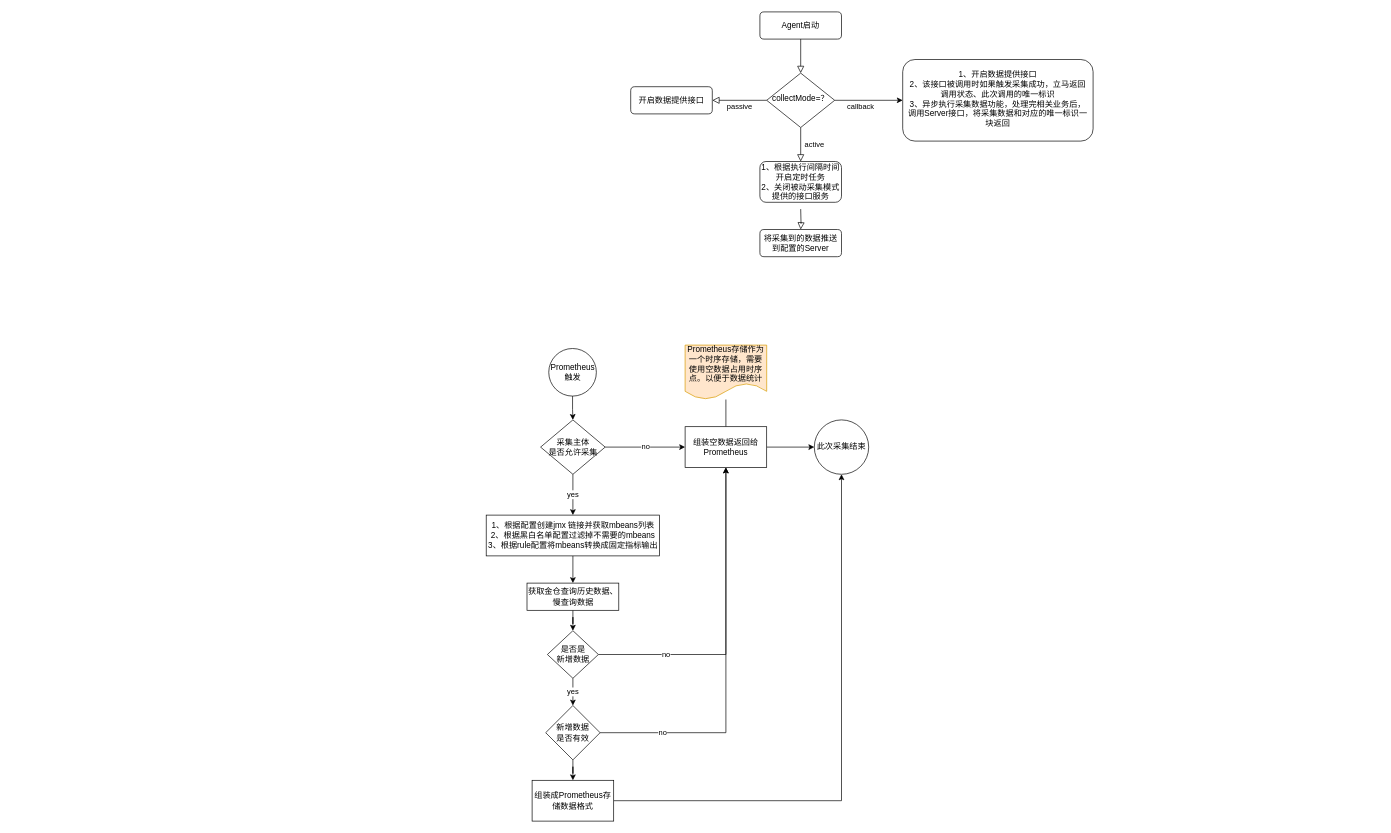
Earlier version of the draw.io diagram 未命名绘图.drawio (BullLife/daw.io). Source tidied: cells renumbered, new cells numbered last; positions are measured from the earlier drawing's top-left corner, leaving out a move shared by most shapes. Both pictures are drawn from the tidied source at 68%, with x=0, y=0 at pixel (486, 12).
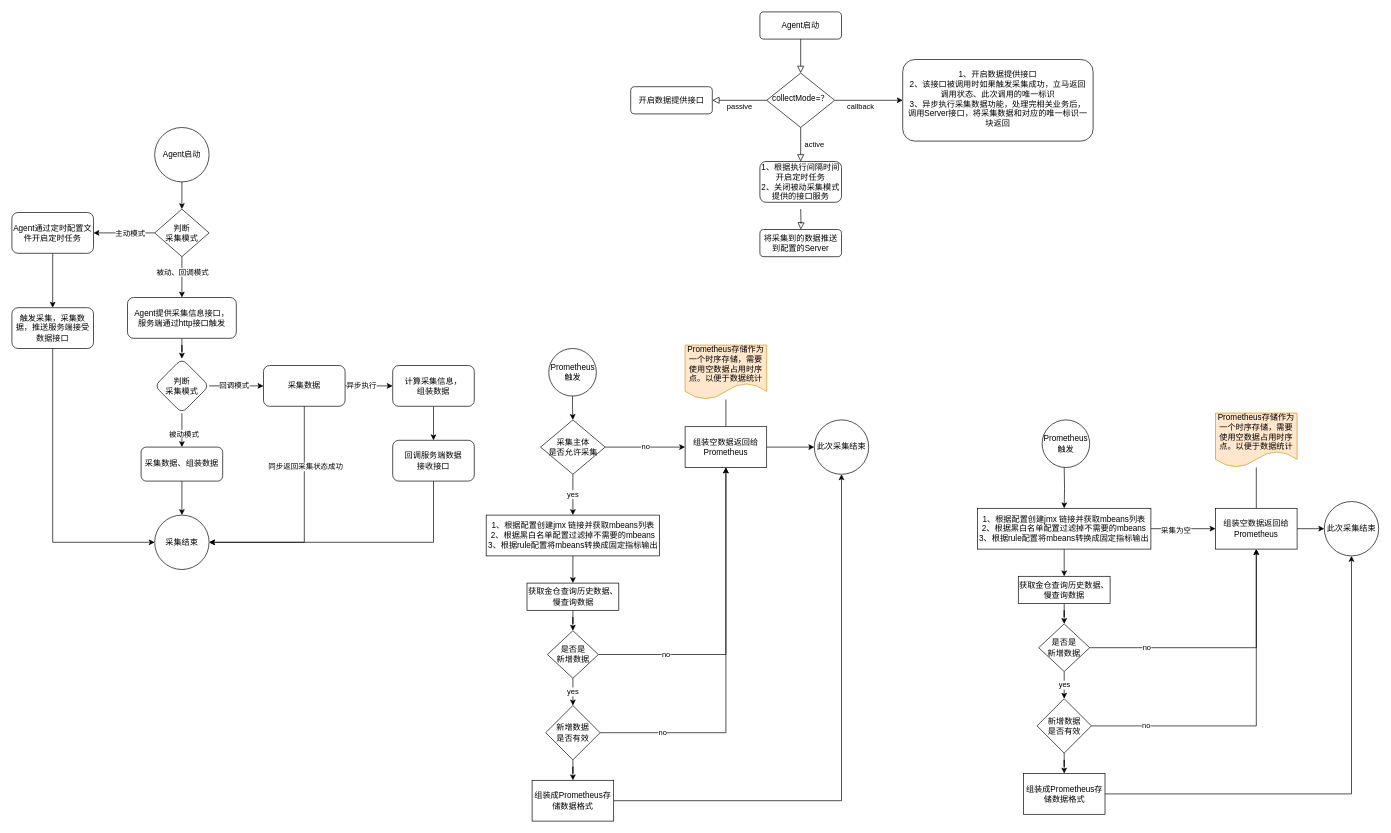
The same diagram, later.

Commit message:
更新未命名绘图.drawio

Diff of the diagram source:
```diff
@@
+    <mxCell id="37" value="Prometheus&lt;br&gt;触发" style="ellipse;whiteSpace=wrap;html=1;" parent="1" vertex="1">
+      <mxGeometry x="817" y="600" width="70" height="70" as="geometry" />
+    </mxCell>
+    <mxCell id="38" style="edgeStyle=orthogonalEdgeStyle;rounded=0;jettySize=auto;html=1;" parent="1" edge="1" target="47">
+      <mxGeometry relative="1" as="geometry">
+        <mxPoint x="849.5" y="670" as="sourcePoint" />
+      </mxGeometry>
+    </mxCell>
+    <mxCell id="39" style="edgeStyle=orthogonalEdgeStyle;rounded=0;jettySize=auto;html=1;endArrow=none;endFill=0;" parent="1" edge="1" source="41" target="42">
+      <mxGeometry relative="1" as="geometry" />
+    </mxCell>
+    <mxCell id="40" style="edgeStyle=orthogonalEdgeStyle;rounded=0;jettySize=auto;html=1;" parent="1" edge="1" source="41" target="43">
+      <mxGeometry relative="1" as="geometry" />
+    </mxCell>
+    <mxCell id="41" value="组装空数据返回给Prometheus" style="whiteSpace=wrap;html=1;" parent="1" vertex="1">
+      <mxGeometry x="1072" y="730" width="120" height="60" as="geometry" />
+    </mxCell>
+    <mxCell id="42" value="Prometheus存储作为一个时序存储，需要使用空数据占用时序点。以便于数据统计" style="shape=document;whiteSpace=wrap;html=1;boundedLbl=1;fillColor=#ffe6cc;strokeColor=#d79b00;" parent="1" vertex="1">
+      <mxGeometry x="1072" y="590" width="120" height="80" as="geometry" />
+    </mxCell>
+    <mxCell id="43" value="此次采集结束" style="ellipse;whiteSpace=wrap;html=1;" parent="1" vertex="1">
+      <mxGeometry x="1232" y="720" width="80" height="80" as="geometry" />
+    </mxCell>
+    <mxCell id="44" style="edgeStyle=orthogonalEdgeStyle;rounded=0;jettySize=auto;html=1;" parent="1" edge="1" source="47" target="49">
+      <mxGeometry relative="1" as="geometry" />
+    </mxCell>
+    <mxCell id="45" style="edgeStyle=orthogonalEdgeStyle;rounded=0;jettySize=auto;html=1;" parent="1" edge="1" source="47" target="41">
+      <mxGeometry relative="1" as="geometry" />
+    </mxCell>
+    <mxCell id="46" value="采集为空" style="edgeLabel;html=1;align=center;verticalAlign=middle;" parent="45" vertex="1">
+      <mxGeometry x="-0.24" y="-2" relative="1" as="geometry" />
+    </mxCell>
+    <mxCell id="47" value="1、根据配置创建jmx 链接并获取mbeans列表&lt;br&gt;2、根据黑白名单配置过滤掉不需要的mbeans&lt;br&gt;3、根据rule配置将mbeans转换成固定指标输出" style="whiteSpace=wrap;html=1;" parent="1" vertex="1">
+      <mxGeometry x="722" y="730" width="255" height="60" as="geometry" />
+    </mxCell>
+    <mxCell id="48" style="edgeStyle=orthogonalEdgeStyle;rounded=0;jettySize=auto;html=1;" parent="1" edge="1" source="49" target="52">
+      <mxGeometry relative="1" as="geometry" />
+    </mxCell>
+    <mxCell id="49" value="获取金仓查询历史数据、&lt;br&gt;慢查询数据" style="whiteSpace=wrap;html=1;" parent="1" vertex="1">
+      <mxGeometry x="782" y="830" width="135" height="40" as="geometry" />
+    </mxCell>
+    <mxCell id="50" value="no" style="edgeStyle=orthogonalEdgeStyle;rounded=0;jettySize=auto;html=1;entryX=0.5;entryY=1;entryDx=0;entryDy=0;" parent="1" edge="1" source="52" target="41">
+      <mxGeometry x="-0.57" relative="1" as="geometry" />
+    </mxCell>
+    <mxCell id="51" value="yes&lt;br&gt;" style="edgeStyle=orthogonalEdgeStyle;rounded=0;jettySize=auto;html=1;" parent="1" edge="1" source="52" target="55">
+      <mxGeometry relative="1" as="geometry" />
+    </mxCell>
+    <mxCell id="52" value="是否是&lt;br&gt;新增数据" style="rhombus;whiteSpace=wrap;html=1;" parent="1" vertex="1">
+      <mxGeometry x="812" y="900" width="75" height="70" as="geometry" />
+    </mxCell>
+    <mxCell id="53" value="no" style="edgeStyle=orthogonalEdgeStyle;rounded=0;jettySize=auto;html=1;" parent="1" edge="1" source="55" target="41">
+      <mxGeometry x="-0.68" relative="1" as="geometry" />
+    </mxCell>
+    <mxCell id="54" style="edgeStyle=orthogonalEdgeStyle;rounded=0;jettySize=auto;html=1;" parent="1" edge="1" source="55" target="57">
+      <mxGeometry relative="1" as="geometry" />
+    </mxCell>
+    <mxCell id="55" value="新增数据&lt;br&gt;是否有效" style="rhombus;whiteSpace=wrap;html=1;" parent="1" vertex="1">
+      <mxGeometry x="809.5" y="1010" width="80" height="80" as="geometry" />
+    </mxCell>
+    <mxCell id="56" style="edgeStyle=orthogonalEdgeStyle;rounded=0;jettySize=auto;html=1;entryX=0.5;entryY=1;entryDx=0;entryDy=0;" parent="1" edge="1" source="57" target="43">
+      <mxGeometry relative="1" as="geometry" />
+    </mxCell>
+    <mxCell id="57" value="组装成Prometheus存储数据格式" style="whiteSpace=wrap;html=1;" parent="1" vertex="1">
+      <mxGeometry x="789.5" y="1120" width="120" height="60" as="geometry" />
+    </mxCell>
+    <mxCell id="58" style="edgeStyle=orthogonalEdgeStyle;rounded=0;jettySize=auto;html=1;" parent="1" edge="1" source="59" target="64">
+      <mxGeometry relative="1" as="geometry" />
+    </mxCell>
+    <mxCell id="59" value="Agent启动" style="ellipse;whiteSpace=wrap;html=1;" parent="1" vertex="1">
+      <mxGeometry x="-488" y="170" width="80" height="80" as="geometry" />
+    </mxCell>
+    <mxCell id="60" style="edgeStyle=orthogonalEdgeStyle;rounded=0;jettySize=auto;html=1;" parent="1" edge="1" source="64" target="66">
+      <mxGeometry relative="1" as="geometry" />
+    </mxCell>
+    <mxCell id="61" value="被动、回调模式" style="edgeLabel;html=1;align=center;verticalAlign=middle;" parent="60" vertex="1">
+      <mxGeometry x="-0.27" relative="1" as="geometry" />
+    </mxCell>
+    <mxCell id="62" style="edgeStyle=orthogonalEdgeStyle;rounded=0;jettySize=auto;html=1;" parent="1" edge="1" source="64" target="68">
+      <mxGeometry relative="1" as="geometry" />
+    </mxCell>
+    <mxCell id="63" value="主动模式" style="edgeLabel;html=1;align=center;verticalAlign=middle;" parent="62" vertex="1">
+      <mxGeometry x="-0.17" relative="1" as="geometry" />
+    </mxCell>
+    <mxCell id="64" value="判断&lt;br&gt;采集模式" style="rhombus;whiteSpace=wrap;html=1;" parent="1" vertex="1">
+      <mxGeometry x="-488" y="290" width="80" height="70" as="geometry" />
+    </mxCell>
+    <mxCell id="65" style="edgeStyle=orthogonalEdgeStyle;rounded=0;jettySize=auto;html=1;" parent="1" edge="1" source="66" target="73">
+      <mxGeometry relative="1" as="geometry" />
+    </mxCell>
+    <mxCell id="66" value="Agent提供采集信息接口，&lt;br&gt;服务端通过http接口触发" style="rounded=1;whiteSpace=wrap;html=1;" parent="1" vertex="1">
+      <mxGeometry x="-528" y="420" width="160" height="60" as="geometry" />
+    </mxCell>
+    <mxCell id="67" style="edgeStyle=orthogonalEdgeStyle;rounded=0;jettySize=auto;html=1;" parent="1" edge="1" source="68" target="88">
+      <mxGeometry relative="1" as="geometry" />
+    </mxCell>
+    <mxCell id="68" value="Agent通过定时配置文件开启定时任务" style="rounded=1;whiteSpace=wrap;html=1;" parent="1" vertex="1">
+      <mxGeometry x="-698" y="295" width="120" height="60" as="geometry" />
+    </mxCell>
+    <mxCell id="69" style="edgeStyle=orthogonalEdgeStyle;rounded=0;jettySize=auto;html=1;" parent="1" edge="1" source="73" target="75">
+      <mxGeometry relative="1" as="geometry" />
+    </mxCell>
+    <mxCell id="70" value="被动模式" style="edgeLabel;html=1;align=center;verticalAlign=middle;" parent="69" vertex="1">
+      <mxGeometry x="0.2" y="2" relative="1" as="geometry" />
+    </mxCell>
+    <mxCell id="71" style="edgeStyle=orthogonalEdgeStyle;rounded=0;jettySize=auto;html=1;" parent="1" edge="1" source="73" target="79">
+      <mxGeometry relative="1" as="geometry" />
+    </mxCell>
+    <mxCell id="72" value="回调模式" style="edgeLabel;html=1;align=center;verticalAlign=middle;" parent="71" vertex="1">
+      <mxGeometry x="-0.1" y="2" relative="1" as="geometry" />
+    </mxCell>
+    <mxCell id="73" value="判断&lt;br style=&quot;border-color: var(--border-color);&quot;&gt;采集模式" style="rhombus;whiteSpace=wrap;html=1;rounded=1;" parent="1" vertex="1">
+      <mxGeometry x="-488" y="510" width="80" height="80" as="geometry" />
+    </mxCell>
+    <mxCell id="74" style="edgeStyle=orthogonalEdgeStyle;rounded=0;jettySize=auto;html=1;" parent="1" edge="1" source="75" target="76">
+      <mxGeometry relative="1" as="geometry" />
+    </mxCell>
+    <mxCell id="75" value="采集数据、组装数据" style="whiteSpace=wrap;html=1;rounded=1;" parent="1" vertex="1">
+      <mxGeometry x="-508" y="640" width="120" height="50" as="geometry" />
+    </mxCell>
+    <mxCell id="76" value="采集结束" style="ellipse;whiteSpace=wrap;html=1;rounded=1;" parent="1" vertex="1">
+      <mxGeometry x="-488" y="740" width="80" height="80" as="geometry" />
+    </mxCell>
+    <mxCell id="77" style="edgeStyle=orthogonalEdgeStyle;rounded=0;jettySize=auto;html=1;" parent="1" edge="1" source="79" target="84">
+      <mxGeometry relative="1" as="geometry" />
+    </mxCell>
+    <mxCell id="78" value="异步执行" style="edgeLabel;html=1;align=center;verticalAlign=middle;" parent="77" vertex="1">
+      <mxGeometry x="-0.33" y="2" relative="1" as="geometry" />
+    </mxCell>
+    <mxCell id="79" value="采集数据" style="rounded=1;whiteSpace=wrap;html=1;" parent="1" vertex="1">
+      <mxGeometry x="-328" y="520" width="120" height="60" as="geometry" />
+    </mxCell>
+    <mxCell id="80" style="endArrow=classic;html=1;rounded=0;" parent="1" edge="1" source="79">
+      <mxGeometry relative="1" as="geometry">
+        <mxPoint x="-228" y="580" as="targetPoint" />
+      </mxGeometry>
+    </mxCell>
+    <mxCell id="81" style="endArrow=classic;html=1;rounded=0;exitX=0.5;exitY=1;exitDx=0;exitDy=0;" parent="1" edge="1" source="79" target="76">
+      <mxGeometry relative="1" as="geometry">
+        <Array as="points">
+          <mxPoint x="-268" y="780" />
+        </Array>
+      </mxGeometry>
+    </mxCell>
+    <mxCell id="82" value="同步返回采集状态成功" style="edgeLabel;html=1;align=center;verticalAlign=middle;" parent="81" vertex="1">
+      <mxGeometry x="-0.48" y="1" relative="1" as="geometry" />
+    </mxCell>
+    <mxCell id="83" style="edgeStyle=orthogonalEdgeStyle;rounded=0;jettySize=auto;html=1;" parent="1" edge="1" source="84" target="86">
+      <mxGeometry relative="1" as="geometry" />
+    </mxCell>
+    <mxCell id="84" value="计算采集信息，&lt;br&gt;组装数据" style="whiteSpace=wrap;html=1;rounded=1;" parent="1" vertex="1">
+      <mxGeometry x="-138" y="520" width="120" height="60" as="geometry" />
+    </mxCell>
+    <mxCell id="85" style="edgeStyle=orthogonalEdgeStyle;rounded=0;jettySize=auto;html=1;exitX=0.5;exitY=1;exitDx=0;exitDy=0;entryX=1;entryY=0.5;entryDx=0;entryDy=0;" parent="1" edge="1" source="86" target="76">
+      <mxGeometry relative="1" as="geometry" />
+    </mxCell>
+    <mxCell id="86" value="回调服务端数据&lt;br&gt;接收接口" style="whiteSpace=wrap;html=1;rounded=1;" parent="1" vertex="1">
+      <mxGeometry x="-138" y="630" width="120" height="60" as="geometry" />
+    </mxCell>
+    <mxCell id="87" style="edgeStyle=orthogonalEdgeStyle;rounded=0;jettySize=auto;html=1;exitX=0.5;exitY=1;exitDx=0;exitDy=0;entryX=0;entryY=0.5;entryDx=0;entryDy=0;" parent="1" edge="1" source="88" target="76">
+      <mxGeometry relative="1" as="geometry" />
+    </mxCell>
+    <mxCell id="88" value="触发采集，采集数据，推送服务端接受数据接口" style="whiteSpace=wrap;html=1;rounded=1;" parent="1" vertex="1">
+      <mxGeometry x="-698" y="435" width="120" height="60" as="geometry" />
+    </mxCell>
```
